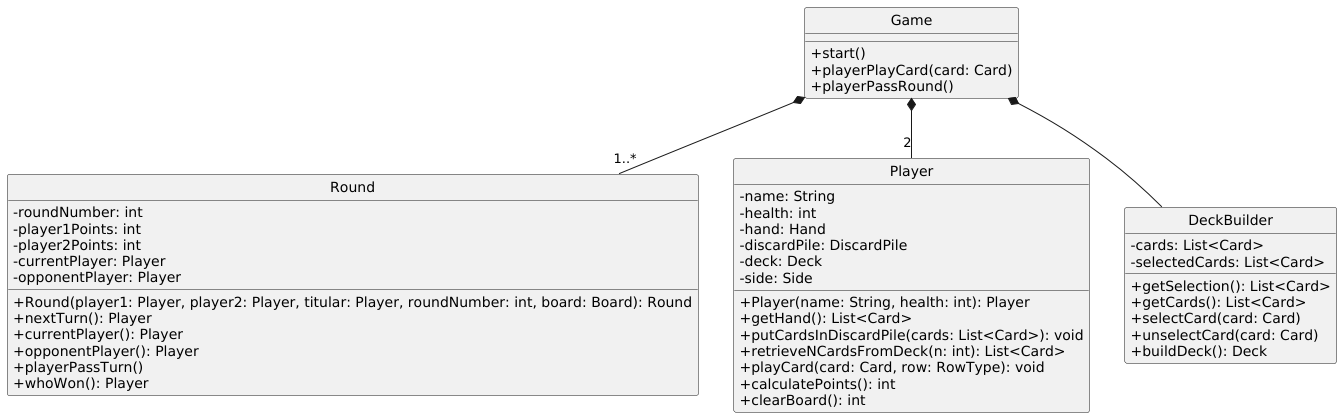
Before: diagrams/classes/game.png, a diagram exported from PlantUML (Yonhir/algo3_proyecto_base_tp2).
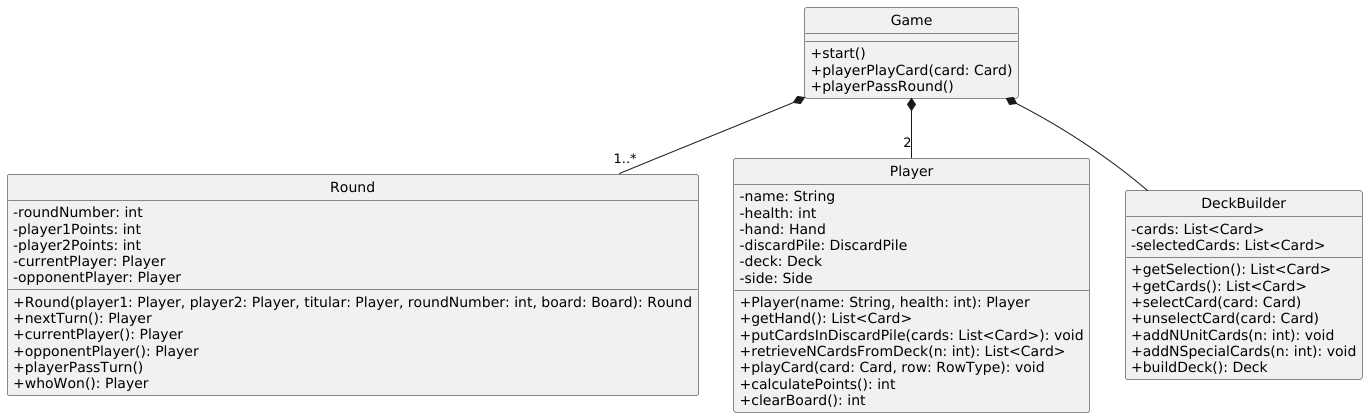
The same file after the commit.

Change to the diagram source:
```diff
@@ -47,6 +47,8 @@
   +getCards(): List<Card>
   +selectCard(card: Card)
   +unselectCard(card: Card)
+  +addNUnitCards(n: int): void
+  +addNSpecialCards(n: int): void
   +buildDeck(): Deck
 }
 
```
